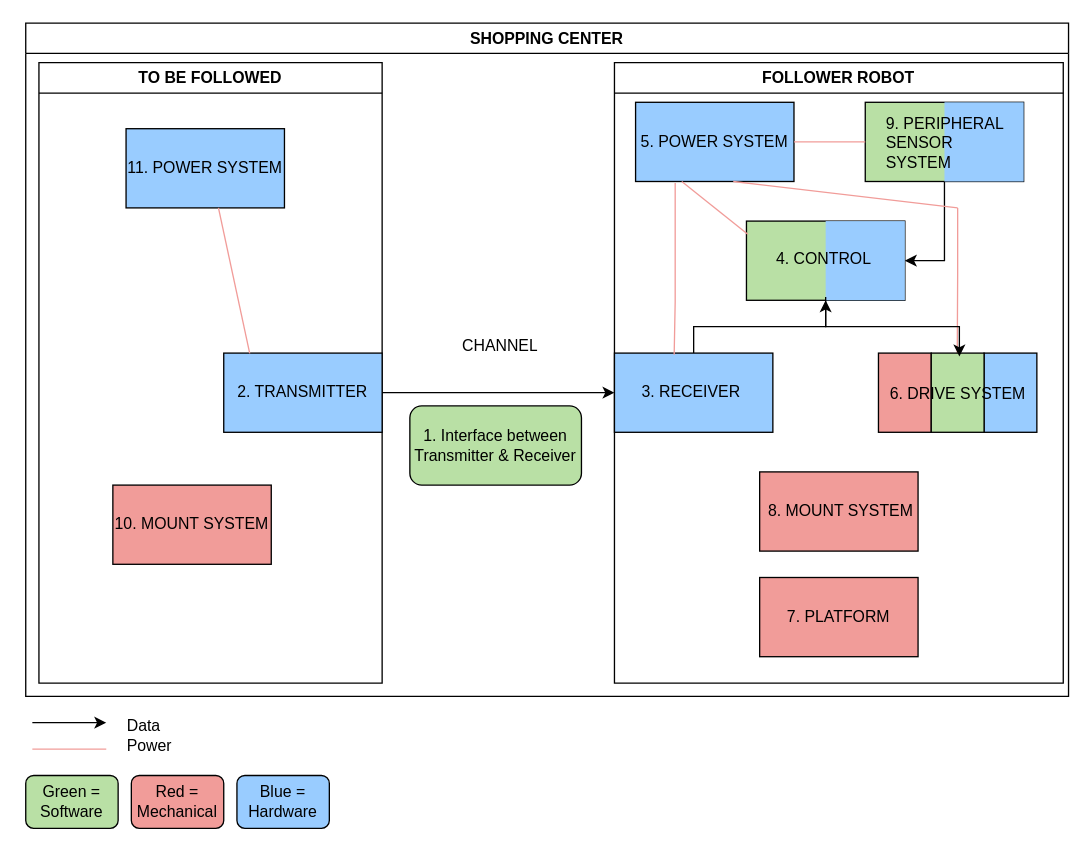
Above: page "Page-1" (1 of 4) of diagrams/blockdiagramdesign.drawio in BowieJames/FollowMe (draw.io), before the change. Source tidied: cells renumbered, new cells numbered last; positions are measured from the earlier drawing's top-left corner, leaving out a move shared by most shapes. Both pictures are drawn from the tidied source at 132%, with x=0, y=0 at pixel (25, 22).
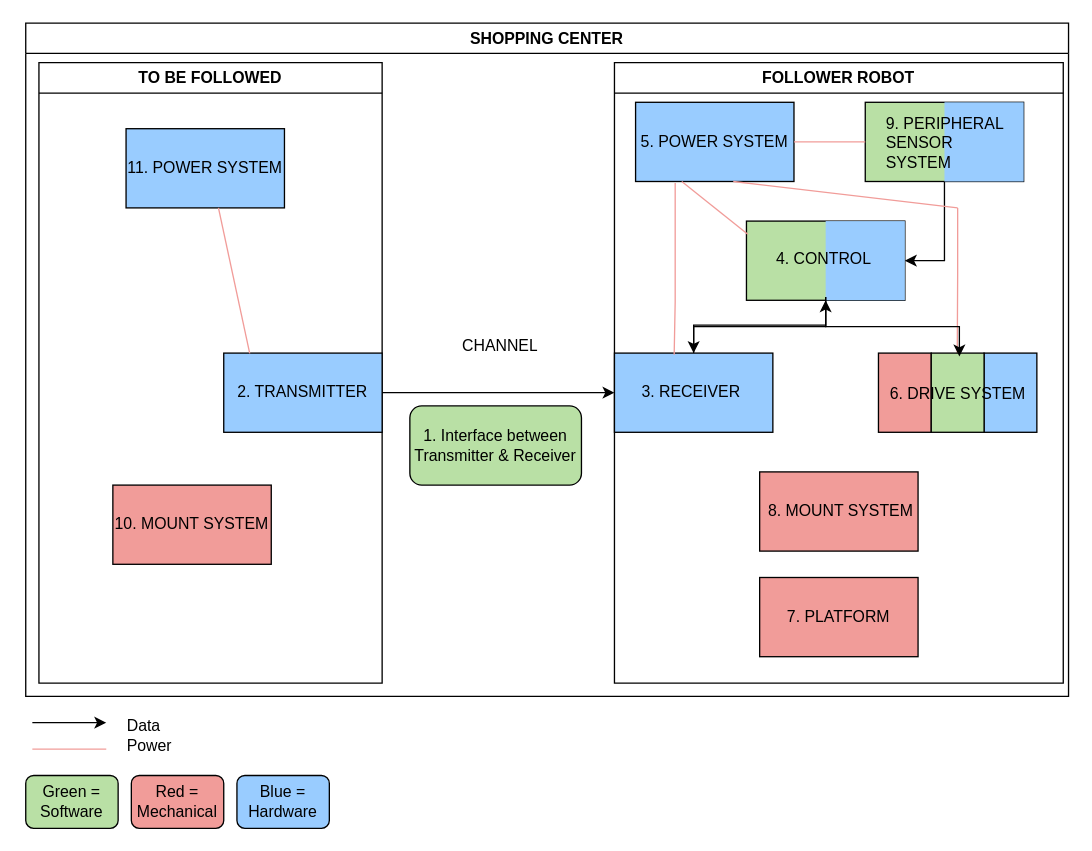
After the change.

Unchanged cells that the change refers to:
```xml
<mxCell id="9" value="FOLLOWER ROBOT" style="swimlane;whiteSpace=wrap;html=1;fillColor=none;" parent="2" vertex="1">
  <mxGeometry x="446" y="30" width="340" height="470" as="geometry" />
</mxCell>
<mxCell id="11" value="3. RECEIVER&amp;nbsp;" style="rounded=0;whiteSpace=wrap;html=1;fillColor=#99CCFF;" parent="9" vertex="1">
  <mxGeometry y="220" width="120" height="60" as="geometry" />
</mxCell>
<mxCell id="29" value="4. CONTROL&amp;nbsp;" style="text;html=1;align=center;verticalAlign=middle;whiteSpace=wrap;rounded=0;" parent="9" vertex="1">
  <mxGeometry x="112.5" y="120" width="95" height="57.5" as="geometry" />
</mxCell>
```

Change to the diagram source:
```diff
@@
+    <mxCell id="40" style="edgeStyle=orthogonalEdgeStyle;rounded=0;jettySize=auto;html=1;entryX=0.5;entryY=0;entryDx=0;entryDy=0;" parent="9" edge="1" source="29" target="11">
+      <mxGeometry relative="1" as="geometry" />
+    </mxCell>
```
